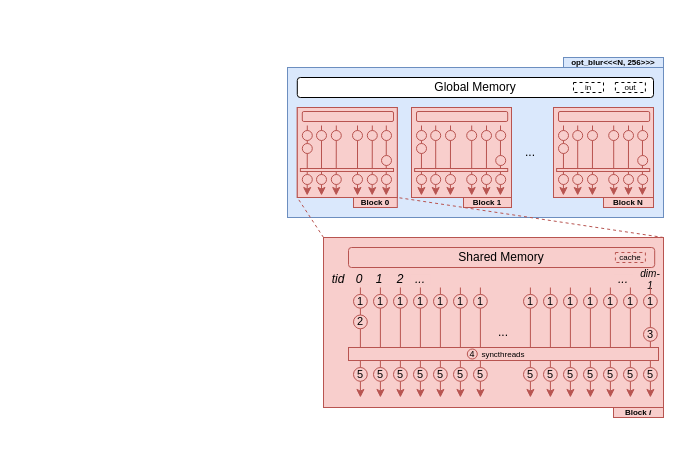
This is diag.drawio from hhkit/draw-io-bin, a draw.io file, before an edit. Source tidied: cells renumbered, new cells numbered last; positions are measured from the earlier drawing's top-left corner, leaving out a move shared by most shapes. Both pictures are drawn from the tidied source at 100%, with x=0, y=0 at pixel (287, 57).
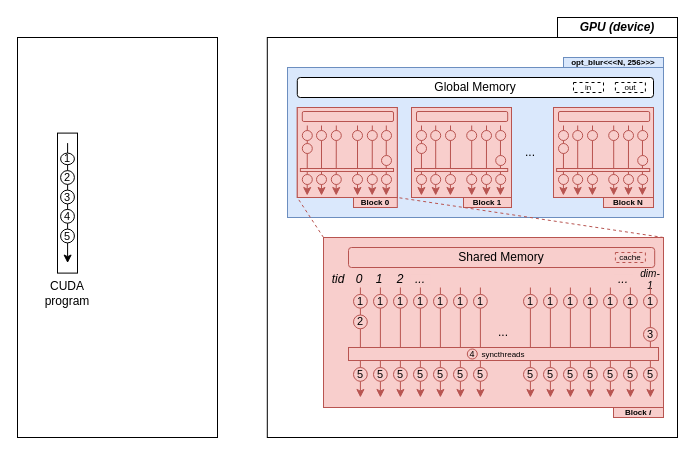
The same page after the edit.

What changed in the source:
```diff
@@
+    <mxCell id="143" style="rounded=0;whiteSpace=wrap;html=1;" parent="1" vertex="1">
+      <mxGeometry x="-270" y="-20" width="200" height="400" as="geometry" />
+    </mxCell>
+    <mxCell id="144" style="rounded=0;whiteSpace=wrap;html=1;" parent="1" vertex="1">
+      <mxGeometry x="-20.2" y="-20" width="410.2" height="400" as="geometry" />
+    </mxCell>
+    <mxCell id="145" style="rounded=0;whiteSpace=wrap;html=1;" parent="1" vertex="1">
+      <mxGeometry x="-230" y="75.6" width="20" height="140" as="geometry" />
+    </mxCell>
@@
+    <mxCell id="146" style="endArrow=classic;html=1;rounded=0;labelBackgroundColor=none;fontColor=default;" parent="1" edge="1">
+      <mxGeometry relative="1" as="geometry">
+        <mxPoint x="-219.9" y="85.6" as="sourcePoint" />
+        <mxPoint x="-219.9" y="205.6" as="targetPoint" />
+      </mxGeometry>
+    </mxCell>
+    <mxCell id="147" value="1" style="ellipse;whiteSpace=wrap;html=1;align=center;fontSize=11;labelBackgroundColor=none;" parent="1" vertex="1">
+      <mxGeometry x="-226.9" y="95.6" width="13.8" height="11.6" as="geometry" />
+    </mxCell>
+    <mxCell id="148" value="2" style="ellipse;whiteSpace=wrap;html=1;align=center;fontSize=11;labelBackgroundColor=none;" parent="1" vertex="1">
+      <mxGeometry x="-226.9" y="113.1" width="13.8" height="13.8" as="geometry" />
+    </mxCell>
+    <mxCell id="149" value="3" style="ellipse;whiteSpace=wrap;html=1;align=center;fontSize=11;labelBackgroundColor=none;" parent="1" vertex="1">
+      <mxGeometry x="-226.9" y="132.6" width="13.8" height="13.8" as="geometry" />
+    </mxCell>
+    <mxCell id="150" value="4" style="ellipse;whiteSpace=wrap;html=1;align=center;fontSize=11;labelBackgroundColor=none;" parent="1" vertex="1">
+      <mxGeometry x="-226.9" y="151.9" width="13.8" height="13.8" as="geometry" />
+    </mxCell>
+    <mxCell id="151" value="5" style="ellipse;whiteSpace=wrap;html=1;align=center;fontSize=11;labelBackgroundColor=none;" parent="1" vertex="1">
+      <mxGeometry x="-226.9" y="171.6" width="13.8" height="13.8" as="geometry" />
+    </mxCell>
+    <mxCell id="152" value="CUDA program" style="text;html=1;strokeColor=none;fillColor=none;align=center;verticalAlign=middle;whiteSpace=wrap;rounded=0;" parent="1" vertex="1">
+      <mxGeometry x="-250" y="220.6" width="60" height="30" as="geometry" />
+    </mxCell>
+    <mxCell id="153" value="&lt;i&gt;GPU (device)&lt;br&gt;&lt;/i&gt;" style="rounded=0;whiteSpace=wrap;html=1;fontStyle=1;" parent="1" vertex="1">
+      <mxGeometry x="270" y="-40" width="120" height="20" as="geometry" />
+    </mxCell>
```
